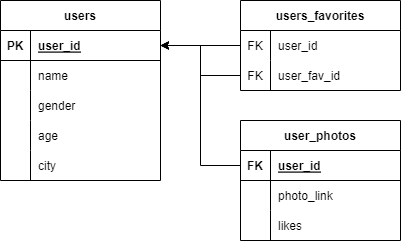
This is DBManager/bd_tables.png from Ydtalel/adpy-team-diplom, a draw.io export, as it was before one commit. Source tidied: cells renumbered, new cells last; positions are measured from the earlier drawing's top-left corner, leaving out a move shared by most shapes. Its diagram source:
```xml
<mxGraphModel>
  <root>
    <mxCell id="0" />
    <mxCell id="1" parent="0" />
    <mxCell id="2" value="users" style="shape=table;startSize=30;rowLines=0;fontStyle=1;align=center;" parent="1" vertex="1">
      <mxGeometry width="160" height="180" as="geometry" />
    </mxCell>
    <mxCell id="3" style="shape=tableRow;horizontal=0;startSize=0;swimlaneHead=0;swimlaneBody=0;fillColor=none;points=[[0,0.5],[1,0.5]];portConstraint=eastwest;top=0;left=0;right=0;bottom=1;" parent="2" vertex="1">
      <mxGeometry y="30" width="160" height="30" as="geometry" />
    </mxCell>
    <mxCell id="4" value="PK" style="shape=partialRectangle;fillColor=none;top=0;left=0;bottom=0;right=0;fontStyle=1;overflow=hidden;" parent="3" vertex="1">
      <mxGeometry width="30" height="30" as="geometry" />
    </mxCell>
    <mxCell id="5" value="user_id" style="shape=partialRectangle;fillColor=none;top=0;left=0;bottom=0;right=0;align=left;spacingLeft=6;fontStyle=5;overflow=hidden;" parent="3" vertex="1">
      <mxGeometry x="30" width="130" height="30" as="geometry" />
    </mxCell>
    <mxCell id="6" style="shape=tableRow;horizontal=0;startSize=0;swimlaneHead=0;swimlaneBody=0;fillColor=none;top=0;left=0;right=0;bottom=0;" parent="2" vertex="1">
      <mxGeometry y="60" width="160" height="30" as="geometry" />
    </mxCell>
    <mxCell id="7" style="shape=partialRectangle;fillColor=none;top=0;left=0;bottom=0;right=0;overflow=hidden;" parent="6" vertex="1">
      <mxGeometry width="30" height="30" as="geometry" />
    </mxCell>
    <mxCell id="8" value="name" style="shape=partialRectangle;fillColor=none;top=0;left=0;bottom=0;right=0;align=left;spacingLeft=6;overflow=hidden;" parent="6" vertex="1">
      <mxGeometry x="30" width="130" height="30" as="geometry" />
    </mxCell>
    <mxCell id="9" style="shape=tableRow;horizontal=0;startSize=0;swimlaneHead=0;swimlaneBody=0;fillColor=none;top=0;left=0;right=0;bottom=0;" parent="2" vertex="1">
      <mxGeometry y="90" width="160" height="30" as="geometry" />
    </mxCell>
    <mxCell id="10" style="shape=partialRectangle;fillColor=none;top=0;left=0;bottom=0;right=0;overflow=hidden;" parent="9" vertex="1">
      <mxGeometry width="30" height="30" as="geometry" />
    </mxCell>
    <mxCell id="11" value="gender" style="shape=partialRectangle;fillColor=none;top=0;left=0;bottom=0;right=0;align=left;spacingLeft=6;overflow=hidden;" parent="9" vertex="1">
      <mxGeometry x="30" width="130" height="30" as="geometry" />
    </mxCell>
    <mxCell id="12" style="shape=tableRow;horizontal=0;startSize=0;swimlaneHead=0;swimlaneBody=0;fillColor=none;top=0;left=0;right=0;bottom=0;" parent="2" vertex="1">
      <mxGeometry y="120" width="160" height="30" as="geometry" />
    </mxCell>
    <mxCell id="13" style="shape=partialRectangle;fillColor=none;top=0;left=0;bottom=0;right=0;overflow=hidden;" parent="12" vertex="1">
      <mxGeometry width="30" height="30" as="geometry" />
    </mxCell>
    <mxCell id="14" value="age" style="shape=partialRectangle;fillColor=none;top=0;left=0;bottom=0;right=0;align=left;spacingLeft=6;overflow=hidden;" parent="12" vertex="1">
      <mxGeometry x="30" width="130" height="30" as="geometry" />
    </mxCell>
    <mxCell id="15" style="shape=tableRow;horizontal=0;startSize=0;swimlaneHead=0;swimlaneBody=0;fillColor=none;top=0;left=0;right=0;bottom=0;" parent="2" vertex="1">
      <mxGeometry y="150" width="160" height="30" as="geometry" />
    </mxCell>
    <mxCell id="16" style="shape=partialRectangle;fillColor=none;top=0;left=0;bottom=0;right=0;overflow=hidden;" parent="15" vertex="1">
      <mxGeometry width="30" height="30" as="geometry" />
    </mxCell>
    <mxCell id="17" value="city" style="shape=partialRectangle;fillColor=none;top=0;left=0;bottom=0;right=0;align=left;spacingLeft=6;overflow=hidden;" parent="15" vertex="1">
      <mxGeometry x="30" width="130" height="30" as="geometry" />
    </mxCell>
    <mxCell id="18" value="users_favorites" style="shape=table;startSize=30;rowLines=0;fontStyle=1;align=center;" parent="1" vertex="1">
      <mxGeometry x="240" width="160" height="90" as="geometry" />
    </mxCell>
    <mxCell id="19" style="shape=tableRow;horizontal=0;startSize=0;swimlaneHead=0;swimlaneBody=0;fillColor=none;points=[[0,0.5],[1,0.5]];portConstraint=eastwest;top=0;left=0;right=0;bottom=0;" parent="18" vertex="1">
      <mxGeometry y="30" width="160" height="30" as="geometry" />
    </mxCell>
    <mxCell id="20" value="FK" style="shape=partialRectangle;fillColor=none;top=0;left=0;bottom=0;right=0;overflow=hidden;" parent="19" vertex="1">
      <mxGeometry width="30" height="30" as="geometry" />
    </mxCell>
    <mxCell id="21" value="user_id" style="shape=partialRectangle;fillColor=none;top=0;left=0;bottom=0;right=0;align=left;spacingLeft=6;overflow=hidden;" parent="19" vertex="1">
      <mxGeometry x="30" width="130" height="30" as="geometry" />
    </mxCell>
    <mxCell id="22" style="shape=tableRow;horizontal=0;startSize=0;swimlaneHead=0;swimlaneBody=0;fillColor=none;points=[[0,0.5],[1,0.5]];portConstraint=eastwest;top=0;left=0;right=0;bottom=0;" parent="18" vertex="1">
      <mxGeometry y="60" width="160" height="30" as="geometry" />
    </mxCell>
    <mxCell id="23" value="FK" style="shape=partialRectangle;fillColor=none;top=0;left=0;bottom=0;right=0;overflow=hidden;" parent="22" vertex="1">
      <mxGeometry width="30" height="30" as="geometry" />
    </mxCell>
    <mxCell id="24" value="user_fav_id" style="shape=partialRectangle;fillColor=none;top=0;left=0;bottom=0;right=0;align=left;spacingLeft=6;overflow=hidden;" parent="22" vertex="1">
      <mxGeometry x="30" width="130" height="30" as="geometry" />
    </mxCell>
    <mxCell id="25" style="edgeStyle=orthogonalEdgeStyle;rounded=0;jettySize=auto;html=1;entryX=1;entryY=0.5;entryDx=0;entryDy=0;" parent="1" edge="1" source="19" target="3">
      <mxGeometry relative="1" as="geometry" />
    </mxCell>
    <mxCell id="26" style="edgeStyle=orthogonalEdgeStyle;rounded=0;jettySize=auto;html=1;entryX=1;entryY=0.5;entryDx=0;entryDy=0;" parent="1" edge="1" source="22" target="3">
      <mxGeometry relative="1" as="geometry" />
    </mxCell>
    <mxCell id="27" value="user_photos" style="shape=table;startSize=30;rowLines=0;fontStyle=1;align=center;" parent="1" vertex="1">
      <mxGeometry x="240" y="120" width="160" height="120" as="geometry" />
    </mxCell>
    <mxCell id="28" style="shape=tableRow;horizontal=0;startSize=0;swimlaneHead=0;swimlaneBody=0;fillColor=none;points=[[0,0.5],[1,0.5]];portConstraint=eastwest;top=0;left=0;right=0;bottom=1;" parent="27" vertex="1">
      <mxGeometry y="30" width="160" height="30" as="geometry" />
    </mxCell>
    <mxCell id="29" value="FK" style="shape=partialRectangle;fillColor=none;top=0;left=0;bottom=0;right=0;fontStyle=1;overflow=hidden;" parent="28" vertex="1">
      <mxGeometry width="30" height="30" as="geometry" />
    </mxCell>
    <mxCell id="30" value="user_id" style="shape=partialRectangle;fillColor=none;top=0;left=0;bottom=0;right=0;align=left;spacingLeft=6;fontStyle=5;overflow=hidden;" parent="28" vertex="1">
      <mxGeometry x="30" width="130" height="30" as="geometry" />
    </mxCell>
    <mxCell id="31" style="shape=tableRow;horizontal=0;startSize=0;swimlaneHead=0;swimlaneBody=0;fillColor=none;top=0;left=0;right=0;bottom=0;" parent="27" vertex="1">
      <mxGeometry y="60" width="160" height="30" as="geometry" />
    </mxCell>
    <mxCell id="32" style="shape=partialRectangle;fillColor=none;top=0;left=0;bottom=0;right=0;overflow=hidden;" parent="31" vertex="1">
      <mxGeometry width="30" height="30" as="geometry" />
    </mxCell>
    <mxCell id="33" value="photo_link" style="shape=partialRectangle;fillColor=none;top=0;left=0;bottom=0;right=0;align=left;spacingLeft=6;overflow=hidden;" parent="31" vertex="1">
      <mxGeometry x="30" width="130" height="30" as="geometry" />
    </mxCell>
    <mxCell id="34" style="shape=tableRow;horizontal=0;startSize=0;swimlaneHead=0;swimlaneBody=0;fillColor=none;top=0;left=0;right=0;bottom=0;" parent="27" vertex="1">
      <mxGeometry y="90" width="160" height="30" as="geometry" />
    </mxCell>
    <mxCell id="35" style="shape=partialRectangle;fillColor=none;top=0;left=0;bottom=0;right=0;overflow=hidden;" parent="34" vertex="1">
      <mxGeometry width="30" height="30" as="geometry" />
    </mxCell>
    <mxCell id="36" value="likes" style="shape=partialRectangle;fillColor=none;top=0;left=0;bottom=0;right=0;align=left;spacingLeft=6;overflow=hidden;" parent="34" vertex="1">
      <mxGeometry x="30" width="130" height="30" as="geometry" />
    </mxCell>
    <mxCell id="37" style="edgeStyle=orthogonalEdgeStyle;rounded=0;jettySize=auto;html=1;entryX=1;entryY=0.5;entryDx=0;entryDy=0;" parent="1" edge="1" source="28" target="3">
      <mxGeometry relative="1" as="geometry" />
    </mxCell>
  </root>
</mxGraphModel>
```
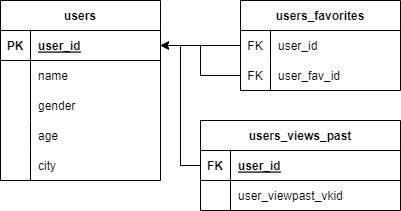
After the commit.

Commit message:
Reworked db diagram

Change to the diagram source:
```diff
@@ -77,36 +77,27 @@
     <mxCell id="26" style="edgeStyle=orthogonalEdgeStyle;rounded=0;jettySize=auto;html=1;entryX=1;entryY=0.5;entryDx=0;entryDy=0;" parent="1" edge="1" source="22" target="3">
       <mxGeometry relative="1" as="geometry" />
     </mxCell>
-    <mxCell id="27" value="user_photos" style="shape=table;startSize=30;rowLines=0;fontStyle=1;align=center;" parent="1" vertex="1">
-      <mxGeometry x="240" y="120" width="160" height="120" as="geometry" />
+    <mxCell id="27" value="users_views_past" style="shape=table;startSize=30;rowLines=0;fontStyle=1;align=center;" parent="1" vertex="1">
+      <mxGeometry x="200" y="120" width="200" height="90" as="geometry" />
     </mxCell>
     <mxCell id="28" style="shape=tableRow;horizontal=0;startSize=0;swimlaneHead=0;swimlaneBody=0;fillColor=none;points=[[0,0.5],[1,0.5]];portConstraint=eastwest;top=0;left=0;right=0;bottom=1;" parent="27" vertex="1">
-      <mxGeometry y="30" width="160" height="30" as="geometry" />
+      <mxGeometry y="30" width="200" height="30" as="geometry" />
     </mxCell>
     <mxCell id="29" value="FK" style="shape=partialRectangle;fillColor=none;top=0;left=0;bottom=0;right=0;fontStyle=1;overflow=hidden;" parent="28" vertex="1">
       <mxGeometry width="30" height="30" as="geometry" />
     </mxCell>
     <mxCell id="30" value="user_id" style="shape=partialRectangle;fillColor=none;top=0;left=0;bottom=0;right=0;align=left;spacingLeft=6;fontStyle=5;overflow=hidden;" parent="28" vertex="1">
-      <mxGeometry x="30" width="130" height="30" as="geometry" />
+      <mxGeometry x="30" width="170" height="30" as="geometry" />
     </mxCell>
     <mxCell id="31" style="shape=tableRow;horizontal=0;startSize=0;swimlaneHead=0;swimlaneBody=0;fillColor=none;top=0;left=0;right=0;bottom=0;" parent="27" vertex="1">
-      <mxGeometry y="60" width="160" height="30" as="geometry" />
+      <mxGeometry y="60" width="200" height="30" as="geometry" />
     </mxCell>
     <mxCell id="32" style="shape=partialRectangle;fillColor=none;top=0;left=0;bottom=0;right=0;overflow=hidden;" parent="31" vertex="1">
       <mxGeometry width="30" height="30" as="geometry" />
     </mxCell>
-    <mxCell id="33" value="photo_link" style="shape=partialRectangle;fillColor=none;top=0;left=0;bottom=0;right=0;align=left;spacingLeft=6;overflow=hidden;" parent="31" vertex="1">
-      <mxGeometry x="30" width="130" height="30" as="geometry" />
+    <mxCell id="33" value="user_viewpast_vkid" style="shape=partialRectangle;fillColor=none;top=0;left=0;bottom=0;right=0;align=left;spacingLeft=6;overflow=hidden;" parent="31" vertex="1">
+      <mxGeometry x="30" width="170" height="30" as="geometry" />
     </mxCell>
-    <mxCell id="34" style="shape=tableRow;horizontal=0;startSize=0;swimlaneHead=0;swimlaneBody=0;fillColor=none;top=0;left=0;right=0;bottom=0;" parent="27" vertex="1">
-      <mxGeometry y="90" width="160" height="30" as="geometry" />
-    </mxCell>
-    <mxCell id="35" style="shape=partialRectangle;fillColor=none;top=0;left=0;bottom=0;right=0;overflow=hidden;" parent="34" vertex="1">
-      <mxGeometry width="30" height="30" as="geometry" />
-    </mxCell>
-    <mxCell id="36" value="likes" style="shape=partialRectangle;fillColor=none;top=0;left=0;bottom=0;right=0;align=left;spacingLeft=6;overflow=hidden;" parent="34" vertex="1">
-      <mxGeometry x="30" width="130" height="30" as="geometry" />
-    </mxCell>
     <mxCell id="37" style="edgeStyle=orthogonalEdgeStyle;rounded=0;jettySize=auto;html=1;entryX=1;entryY=0.5;entryDx=0;entryDy=0;" parent="1" edge="1" source="28" target="3">
       <mxGeometry relative="1" as="geometry" />
     </mxCell>
```
